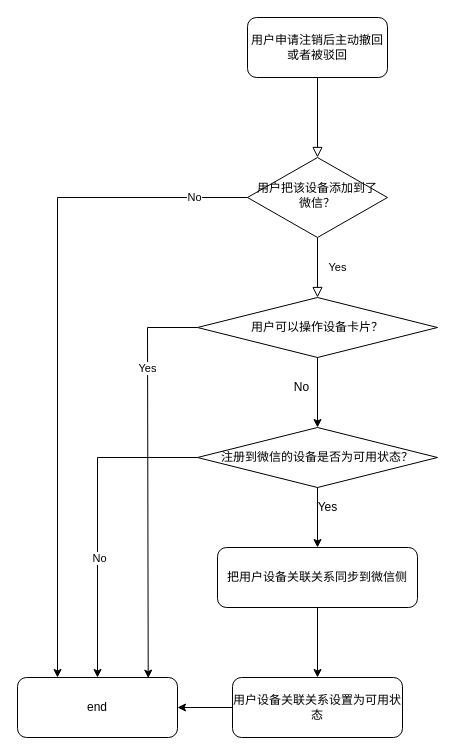
This is page "撤回注销或被驳回" (2 of 5) of 注销后撤回或被驳回.drawio from lizhenghui337/draw, a draw.io file, before an edit. Source tidied: cells renumbered, new cells numbered last; positions are measured from the earlier drawing's top-left corner, leaving out a move shared by most shapes. Both pictures are drawn from the tidied source at 100%, with x=0, y=0 at pixel (17, 17).
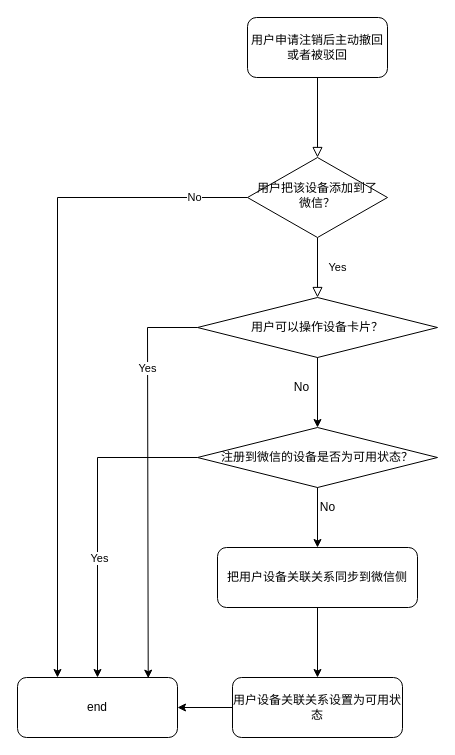
The same page after the edit.

Unchanged cells that the change refers to:
```xml
<mxCell id="19" style="endArrow=classic;html=1;rounded=0;exitX=0;exitY=0.5;exitDx=0;exitDy=0;entryX=0.5;entryY=0;entryDx=0;entryDy=0;" parent="1" edge="1" source="7" target="9">
  <mxGeometry relative="1" as="geometry">
    <Array as="points">
      <mxPoint x="80" y="440" />
    </Array>
  </mxGeometry>
</mxCell>
```

What changed in the source:
```diff
@@
-    <mxCell id="18" value="Yes" style="text;html=1;align=center;verticalAlign=middle;strokeColor=none;fillColor=none;" parent="1" vertex="1">
+    <mxCell id="18" value="No" style="text;html=1;align=center;verticalAlign=middle;strokeColor=none;fillColor=none;" parent="1" vertex="1">
       <mxGeometry x="295" y="480" width="30" height="20" as="geometry" />
     </mxCell>
@@
-    <mxCell id="20" value="No" style="edgeLabel;html=1;align=center;verticalAlign=middle;" parent="19" vertex="1">
+    <mxCell id="20" value="Yes" style="edgeLabel;html=1;align=center;verticalAlign=middle;" parent="19" vertex="1">
       <mxGeometry x="0.25" y="1" relative="1" as="geometry" />
     </mxCell>
```
